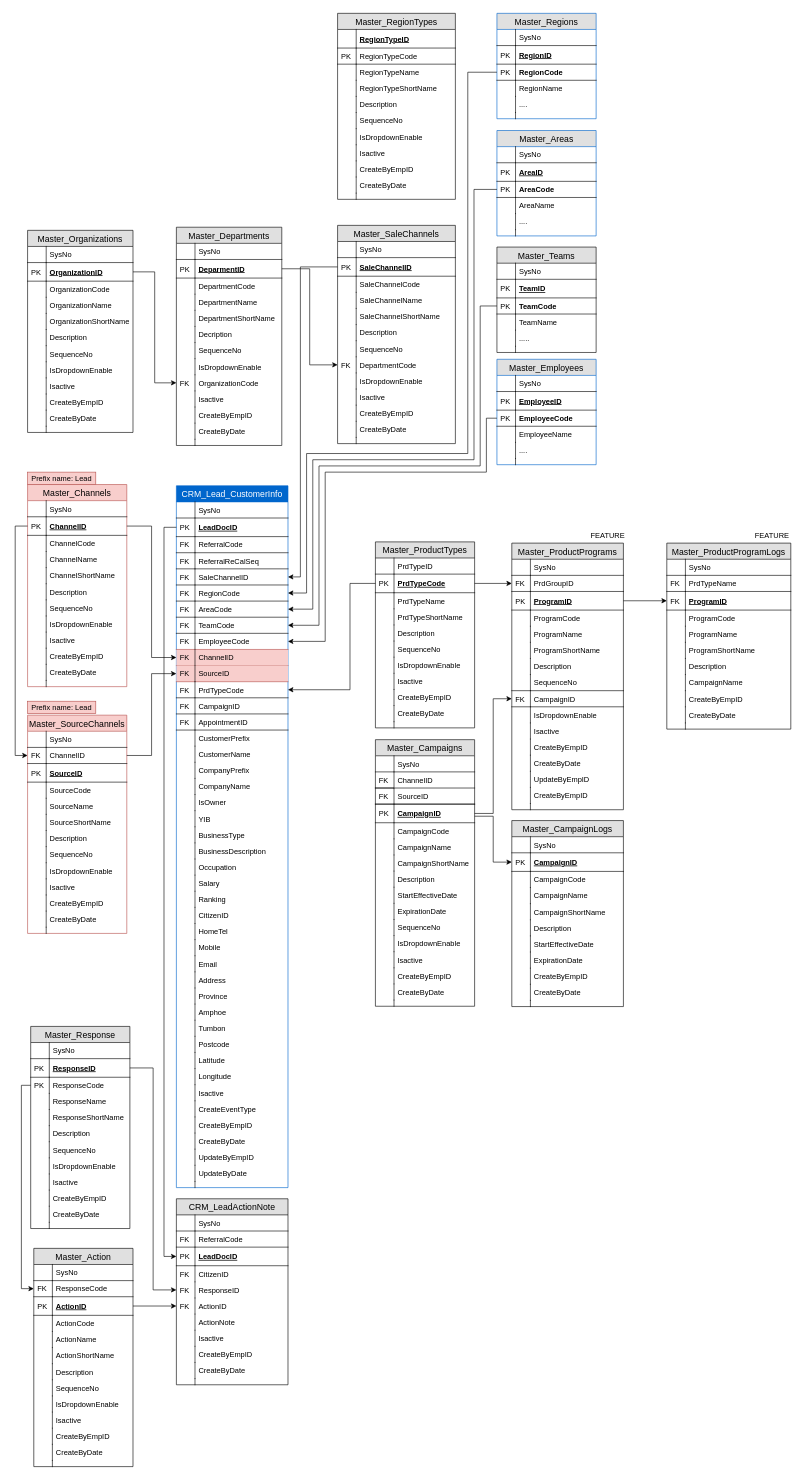
The draw.io diagram Lead Management ER.drawio in NatthapongNar/Diagram, before the edit. Source tidied: cells renumbered, new cells numbered last; positions are measured from the earlier drawing's top-left corner, leaving out a move shared by most shapes. Both pictures are drawn from the tidied source at 62%, with x=0, y=0 at pixel (21, 13).
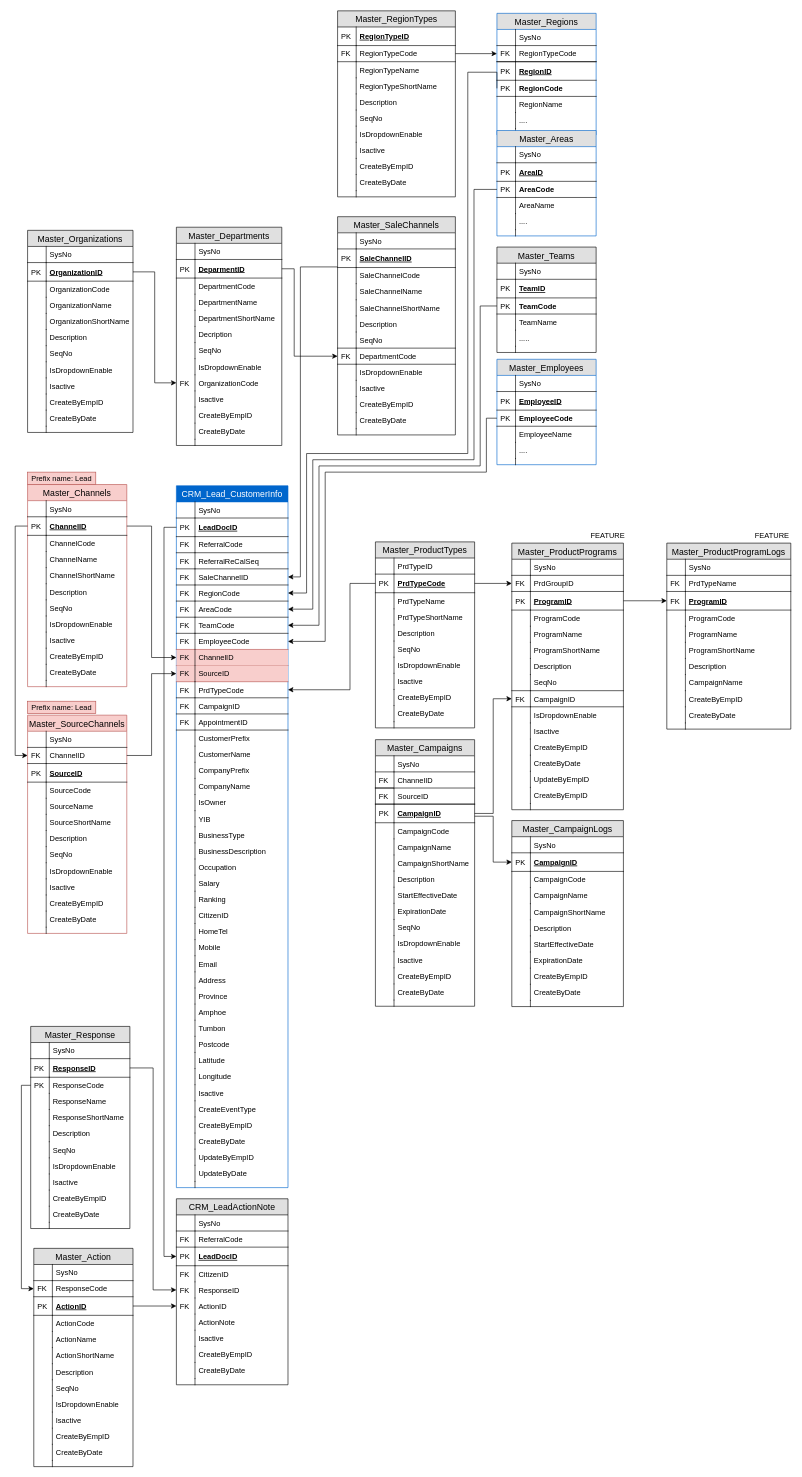
The same diagram, later.

Unchanged cells that the change refers to:
```xml
<mxCell id="29" value="Master_Organizations" style="swimlane;fontStyle=0;horizontal=1;startSize=26;fillColor=#e0e0e0;swimlaneFillColor=#ffffff;align=center;fontSize=14;" parent="1" vertex="1">
  <mxGeometry x="10" y="350" width="170" height="326" as="geometry" />
</mxCell>
<mxCell id="54" value="Master_Departments" style="swimlane;fontStyle=0;horizontal=1;startSize=26;fillColor=#e0e0e0;swimlaneFillColor=#ffffff;align=center;fontSize=14;" parent="1" vertex="1">
  <mxGeometry x="250" y="345" width="170" height="352" as="geometry" />
</mxCell>
<mxCell id="57" value="DeparmentID" style="shape=partialRectangle;top=1;left=0;right=0;bottom=1;align=left;verticalAlign=middle;fillColor=none;spacingLeft=34;spacingRight=4;overflow=hidden;points=[[0,0.5],[1,0.5]];portConstraint=eastwest;fontStyle=5;fontSize=12;" parent="54" vertex="1">
  <mxGeometry y="52" width="170" height="30" as="geometry" />
</mxCell>
<mxCell id="83" value="RegionTypeID" style="shape=partialRectangle;top=0;left=0;right=0;bottom=1;align=left;verticalAlign=middle;fillColor=none;spacingLeft=34;spacingRight=4;overflow=hidden;fontStyle=5;fontSize=12;" parent="82" vertex="1">
  <mxGeometry y="26" width="190" height="30" as="geometry" />
</mxCell>
<mxCell id="85" value="RegionTypeCode" style="shape=partialRectangle;top=0;left=0;right=0;bottom=1;align=left;verticalAlign=top;fillColor=none;spacingLeft=34;spacingRight=4;overflow=hidden;points=[[0,0.5],[1,0.5]];portConstraint=eastwest;fontSize=12;" parent="82" vertex="1">
  <mxGeometry y="56" width="190" height="26" as="geometry" />
</mxCell>
<mxCell id="105" value="Master_Campaigns" style="swimlane;fontStyle=0;horizontal=1;startSize=26;fillColor=#e0e0e0;swimlaneFillColor=#ffffff;align=center;fontSize=14;" parent="1" vertex="1">
  <mxGeometry x="571" y="1171.5" width="160" height="430" as="geometry" />
</mxCell>
<mxCell id="138" value="Master_Channels" style="swimlane;fontStyle=0;horizontal=1;startSize=26;fillColor=#f8cecc;swimlaneFillColor=#ffffff;align=center;fontSize=14;strokeColor=#b85450;" parent="1" vertex="1">
  <mxGeometry x="10" y="760" width="160" height="326" as="geometry" />
</mxCell>
<mxCell id="163" value="Master_SourceChannels" style="swimlane;fontStyle=0;horizontal=1;startSize=26;fillColor=#f8cecc;swimlaneFillColor=#ffffff;align=center;fontSize=14;strokeColor=#b85450;" parent="1" vertex="1">
  <mxGeometry x="10" y="1132" width="160" height="352" as="geometry" />
</mxCell>
<mxCell id="191" value="Master_ProductTypes" style="swimlane;fontStyle=0;horizontal=1;startSize=26;fillColor=#e0e0e0;swimlaneFillColor=#ffffff;align=center;fontSize=14;" parent="1" vertex="1">
  <mxGeometry x="571" y="852.5" width="160" height="300" as="geometry" />
</mxCell>
<mxCell id="214" value="Master_ProductPrograms" style="swimlane;fontStyle=0;horizontal=1;startSize=26;fillColor=#e0e0e0;swimlaneFillColor=#ffffff;align=center;fontSize=14;" parent="1" vertex="1">
  <mxGeometry x="791" y="854.5" width="180" height="430" as="geometry" />
</mxCell>
<mxCell id="249" value="Master_Response" style="swimlane;fontStyle=0;horizontal=1;startSize=26;fillColor=#e0e0e0;swimlaneFillColor=#ffffff;align=center;fontSize=14;" parent="1" vertex="1">
  <mxGeometry x="15" y="1634" width="160" height="326" as="geometry" />
</mxCell>
<mxCell id="274" value="Master_Action" style="swimlane;fontStyle=0;horizontal=1;startSize=26;fillColor=#e0e0e0;swimlaneFillColor=#ffffff;align=center;fontSize=14;" parent="1" vertex="1">
  <mxGeometry x="20" y="1992" width="160" height="352" as="geometry" />
</mxCell>
```

Change to the diagram source:
```diff
@@
     <mxCell id="2" value="Master_SaleChannels" style="swimlane;fontStyle=0;horizontal=1;startSize=26;fillColor=#e0e0e0;swimlaneFillColor=#ffffff;align=center;fontSize=14;" parent="1" vertex="1">
-      <mxGeometry x="510" y="342" width="190" height="352" as="geometry" />
+      <mxGeometry x="510" y="328" width="190" height="352" as="geometry" />
     </mxCell>
@@
-    <mxCell id="15" value="SequenceNo" style="shape=partialRectangle;top=0;left=0;right=0;bottom=0;align=left;verticalAlign=top;fillColor=none;spacingLeft=34;spacingRight=4;overflow=hidden;fontSize=12;" parent="2" vertex="1">
+    <mxCell id="15" value="SeqNo" style="shape=partialRectangle;top=0;left=0;right=0;bottom=0;align=left;verticalAlign=top;fillColor=none;spacingLeft=34;spacingRight=4;overflow=hidden;fontSize=12;" parent="2" vertex="1">
       <mxGeometry y="186" width="190" height="26" as="geometry" />
     </mxCell>
@@
-    <mxCell id="17" value="DepartmentCode" style="shape=partialRectangle;top=0;left=0;right=0;bottom=0;align=left;verticalAlign=top;fillColor=none;spacingLeft=34;spacingRight=4;overflow=hidden;points=[[0,0.5],[1,0.5]];portConstraint=eastwest;fontSize=12;" parent="2" vertex="1">
+    <mxCell id="17" value="DepartmentCode" style="shape=partialRectangle;top=1;left=0;right=0;bottom=1;align=left;verticalAlign=top;fillColor=none;spacingLeft=34;spacingRight=4;overflow=hidden;points=[[0,0.5],[1,0.5]];portConstraint=eastwest;fontSize=12;" parent="2" vertex="1">
       <mxGeometry y="212" width="190" height="26" as="geometry" />
     </mxCell>
@@
-    <mxCell id="42" value="SequenceNo" style="shape=partialRectangle;top=0;left=0;right=0;bottom=0;align=left;verticalAlign=top;fillColor=none;spacingLeft=34;spacingRight=4;overflow=hidden;fontSize=12;" parent="29" vertex="1">
+    <mxCell id="42" value="SeqNo" style="shape=partialRectangle;top=0;left=0;right=0;bottom=0;align=left;verticalAlign=top;fillColor=none;spacingLeft=34;spacingRight=4;overflow=hidden;fontSize=12;" parent="29" vertex="1">
       <mxGeometry y="186" width="170" height="26" as="geometry" />
     </mxCell>
@@
-    <mxCell id="67" value="SequenceNo" style="shape=partialRectangle;top=0;left=0;right=0;bottom=0;align=left;verticalAlign=top;fillColor=none;spacingLeft=34;spacingRight=4;overflow=hidden;fontSize=12;" parent="54" vertex="1">
+    <mxCell id="67" value="SeqNo" style="shape=partialRectangle;top=0;left=0;right=0;bottom=0;align=left;verticalAlign=top;fillColor=none;spacingLeft=34;spacingRight=4;overflow=hidden;fontSize=12;" parent="54" vertex="1">
       <mxGeometry y="186" width="170" height="26" as="geometry" />
     </mxCell>
@@
     <mxCell id="82" value="Master_RegionTypes" style="swimlane;fontStyle=0;horizontal=1;startSize=26;fillColor=#e0e0e0;swimlaneFillColor=#ffffff;align=center;fontSize=14;" parent="1" vertex="1">
-      <mxGeometry x="510" width="190" height="300" as="geometry" />
+      <mxGeometry x="510" y="-4" width="190" height="300" as="geometry" />
     </mxCell>
@@
-    <mxCell id="84" style="shape=partialRectangle;top=0;left=0;bottom=0;fillColor=none;align=left;verticalAlign=middle;spacingLeft=4;spacingRight=4;overflow=hidden;fontSize=12;" parent="83" vertex="1">
+    <mxCell id="84" value="PK" style="shape=partialRectangle;top=0;left=0;bottom=0;fillColor=none;align=left;verticalAlign=middle;spacingLeft=4;spacingRight=4;overflow=hidden;fontSize=12;" parent="83" vertex="1">
       <mxGeometry width="30" height="30" as="geometry" />
     </mxCell>
@@
-    <mxCell id="86" value="PK" style="shape=partialRectangle;top=0;left=0;bottom=0;fillColor=none;align=left;verticalAlign=top;spacingLeft=4;spacingRight=4;overflow=hidden;fontSize=12;" parent="85" vertex="1">
+    <mxCell id="86" value="FK" style="shape=partialRectangle;top=0;left=0;bottom=0;fillColor=none;align=left;verticalAlign=top;spacingLeft=4;spacingRight=4;overflow=hidden;fontSize=12;" parent="85" vertex="1">
       <mxGeometry width="30" height="26" as="geometry" />
     </mxCell>
@@
-    <mxCell id="93" value="SequenceNo" style="shape=partialRectangle;top=0;left=0;right=0;bottom=0;align=left;verticalAlign=top;fillColor=none;spacingLeft=34;spacingRight=4;overflow=hidden;fontSize=12;" parent="82" vertex="1">
+    <mxCell id="93" value="SeqNo" style="shape=partialRectangle;top=0;left=0;right=0;bottom=0;align=left;verticalAlign=top;fillColor=none;spacingLeft=34;spacingRight=4;overflow=hidden;fontSize=12;" parent="82" vertex="1">
       <mxGeometry y="160" width="190" height="26" as="geometry" />
     </mxCell>
@@
-    <mxCell id="126" value="SequenceNo" style="shape=partialRectangle;top=0;left=0;right=0;bottom=0;align=left;verticalAlign=top;fillColor=none;spacingLeft=34;spacingRight=4;overflow=hidden;fontSize=12;" parent="105" vertex="1">
+    <mxCell id="126" value="SeqNo" style="shape=partialRectangle;top=0;left=0;right=0;bottom=0;align=left;verticalAlign=top;fillColor=none;spacingLeft=34;spacingRight=4;overflow=hidden;fontSize=12;" parent="105" vertex="1">
       <mxGeometry y="290" width="160" height="26" as="geometry" />
     </mxCell>
@@
-    <mxCell id="151" value="SequenceNo" style="shape=partialRectangle;top=0;left=0;right=0;bottom=0;align=left;verticalAlign=top;fillColor=none;spacingLeft=34;spacingRight=4;overflow=hidden;fontSize=12;" parent="138" vertex="1">
+    <mxCell id="151" value="SeqNo" style="shape=partialRectangle;top=0;left=0;right=0;bottom=0;align=left;verticalAlign=top;fillColor=none;spacingLeft=34;spacingRight=4;overflow=hidden;fontSize=12;" parent="138" vertex="1">
       <mxGeometry y="186" width="160" height="26" as="geometry" />
     </mxCell>
@@
-    <mxCell id="178" value="SequenceNo" style="shape=partialRectangle;top=0;left=0;right=0;bottom=0;align=left;verticalAlign=top;fillColor=none;spacingLeft=34;spacingRight=4;overflow=hidden;fontSize=12;" parent="163" vertex="1">
+    <mxCell id="178" value="SeqNo" style="shape=partialRectangle;top=0;left=0;right=0;bottom=0;align=left;verticalAlign=top;fillColor=none;spacingLeft=34;spacingRight=4;overflow=hidden;fontSize=12;" parent="163" vertex="1">
       <mxGeometry y="212" width="160" height="26" as="geometry" />
     </mxCell>
@@
-    <mxCell id="202" value="SequenceNo" style="shape=partialRectangle;top=0;left=0;right=0;bottom=0;align=left;verticalAlign=top;fillColor=none;spacingLeft=34;spacingRight=4;overflow=hidden;fontSize=12;" parent="191" vertex="1">
+    <mxCell id="202" value="SeqNo" style="shape=partialRectangle;top=0;left=0;right=0;bottom=0;align=left;verticalAlign=top;fillColor=none;spacingLeft=34;spacingRight=4;overflow=hidden;fontSize=12;" parent="191" vertex="1">
       <mxGeometry y="160" width="160" height="26" as="geometry" />
     </mxCell>
@@
-    <mxCell id="229" value="SequenceNo" style="shape=partialRectangle;top=0;left=0;right=0;bottom=0;align=left;verticalAlign=top;fillColor=none;spacingLeft=34;spacingRight=4;overflow=hidden;fontSize=12;" parent="214" vertex="1">
+    <mxCell id="229" value="SeqNo" style="shape=partialRectangle;top=0;left=0;right=0;bottom=0;align=left;verticalAlign=top;fillColor=none;spacingLeft=34;spacingRight=4;overflow=hidden;fontSize=12;" parent="214" vertex="1">
       <mxGeometry y="212" width="180" height="26" as="geometry" />
     </mxCell>
@@
-    <mxCell id="262" value="SequenceNo" style="shape=partialRectangle;top=0;left=0;right=0;bottom=0;align=left;verticalAlign=top;fillColor=none;spacingLeft=34;spacingRight=4;overflow=hidden;fontSize=12;" parent="249" vertex="1">
+    <mxCell id="262" value="SeqNo" style="shape=partialRectangle;top=0;left=0;right=0;bottom=0;align=left;verticalAlign=top;fillColor=none;spacingLeft=34;spacingRight=4;overflow=hidden;fontSize=12;" parent="249" vertex="1">
       <mxGeometry y="186" width="160" height="26" as="geometry" />
     </mxCell>
@@
-    <mxCell id="289" value="SequenceNo" style="shape=partialRectangle;top=0;left=0;right=0;bottom=0;align=left;verticalAlign=top;fillColor=none;spacingLeft=34;spacingRight=4;overflow=hidden;fontSize=12;" parent="274" vertex="1">
+    <mxCell id="289" value="SeqNo" style="shape=partialRectangle;top=0;left=0;right=0;bottom=0;align=left;verticalAlign=top;fillColor=none;spacingLeft=34;spacingRight=4;overflow=hidden;fontSize=12;" parent="274" vertex="1">
       <mxGeometry y="212" width="160" height="26" as="geometry" />
     </mxCell>
@@
     <mxCell id="441" style="edgeStyle=orthogonalEdgeStyle;rounded=0;jumpSize=0;jettySize=auto;html=1;entryX=0;entryY=0.5;entryDx=0;entryDy=0;" parent="1" edge="1" source="57" target="17">
-      <mxGeometry relative="1" as="geometry" />
+      <mxGeometry relative="1" as="geometry">
+        <Array as="points">
+          <mxPoint x="440" y="412" />
+          <mxPoint x="440" y="553" />
+        </Array>
+      </mxGeometry>
     </mxCell>
@@
     <mxCell id="482" value="Master_Regions" style="swimlane;fontStyle=0;horizontal=1;startSize=26;fillColor=#e0e0e0;swimlaneFillColor=#ffffff;align=center;fontSize=14;strokeColor=#0066CC;" parent="1" vertex="1">
-      <mxGeometry x="767" width="160" height="170" as="geometry" />
+      <mxGeometry x="767" width="160" height="196" as="geometry" />
     </mxCell>
@@
+    <mxCell id="528" value="RegionTypeCode" style="shape=partialRectangle;top=1;left=0;right=0;bottom=1;align=left;verticalAlign=top;fillColor=none;spacingLeft=34;spacingRight=4;overflow=hidden;points=[[0,0.5],[1,0.5]];portConstraint=eastwest;fontSize=12;" parent="482" vertex="1">
+      <mxGeometry y="52" width="160" height="26" as="geometry" />
+    </mxCell>
+    <mxCell id="529" value="FK" style="shape=partialRectangle;top=0;left=0;bottom=0;fillColor=none;align=left;verticalAlign=top;spacingLeft=4;spacingRight=4;overflow=hidden;fontSize=12;" parent="528" vertex="1">
+      <mxGeometry width="30" height="26" as="geometry" />
+    </mxCell>
     <mxCell id="485" value="RegionID" style="shape=partialRectangle;top=1;left=0;right=0;bottom=1;align=left;verticalAlign=middle;fillColor=none;spacingLeft=34;spacingRight=4;overflow=hidden;fontStyle=5;fontSize=12;" parent="482" vertex="1">
-      <mxGeometry y="52" width="160" height="30" as="geometry" />
+      <mxGeometry y="78" width="160" height="30" as="geometry" />
     </mxCell>
@@
     <mxCell id="487" value="RegionCode" style="shape=partialRectangle;top=0;left=0;right=0;bottom=1;align=left;verticalAlign=top;fillColor=none;spacingLeft=34;spacingRight=4;overflow=hidden;points=[[0,0.5],[1,0.5]];portConstraint=eastwest;fontSize=12;fontStyle=1;" parent="482" vertex="1">
-      <mxGeometry y="82" width="160" height="26" as="geometry" />
+      <mxGeometry y="108" width="160" height="26" as="geometry" />
     </mxCell>
@@
     <mxCell id="489" value="RegionName" style="shape=partialRectangle;top=0;left=0;right=0;bottom=0;align=left;verticalAlign=top;fillColor=none;spacingLeft=34;spacingRight=4;overflow=hidden;fontSize=12;" parent="482" vertex="1">
-      <mxGeometry y="108" width="160" height="26" as="geometry" />
+      <mxGeometry y="134" width="160" height="26" as="geometry" />
     </mxCell>
@@
     <mxCell id="491" value="...." style="shape=partialRectangle;top=0;left=0;right=0;bottom=0;align=left;verticalAlign=top;fillColor=none;spacingLeft=34;spacingRight=4;overflow=hidden;fontSize=12;" parent="482" vertex="1">
-      <mxGeometry y="134" width="160" height="26" as="geometry" />
+      <mxGeometry y="160" width="160" height="26" as="geometry" />
     </mxCell>
@@
     <mxCell id="493" style="shape=partialRectangle;top=0;left=0;right=0;bottom=0;align=left;verticalAlign=top;fillColor=none;spacingLeft=34;spacingRight=4;overflow=hidden;fontSize=12;" parent="482" vertex="1">
-      <mxGeometry y="160" width="160" height="10" as="geometry" />
+      <mxGeometry y="186" width="160" height="10" as="geometry" />
     </mxCell>
@@
+    <mxCell id="530" style="edgeStyle=orthogonalEdgeStyle;rounded=0;jumpSize=0;jettySize=auto;html=1;entryX=0;entryY=0.5;entryDx=0;entryDy=0;fontColor=#FFFFFF;" parent="1" edge="1" source="85" target="528">
+      <mxGeometry relative="1" as="geometry" />
+    </mxCell>
```
